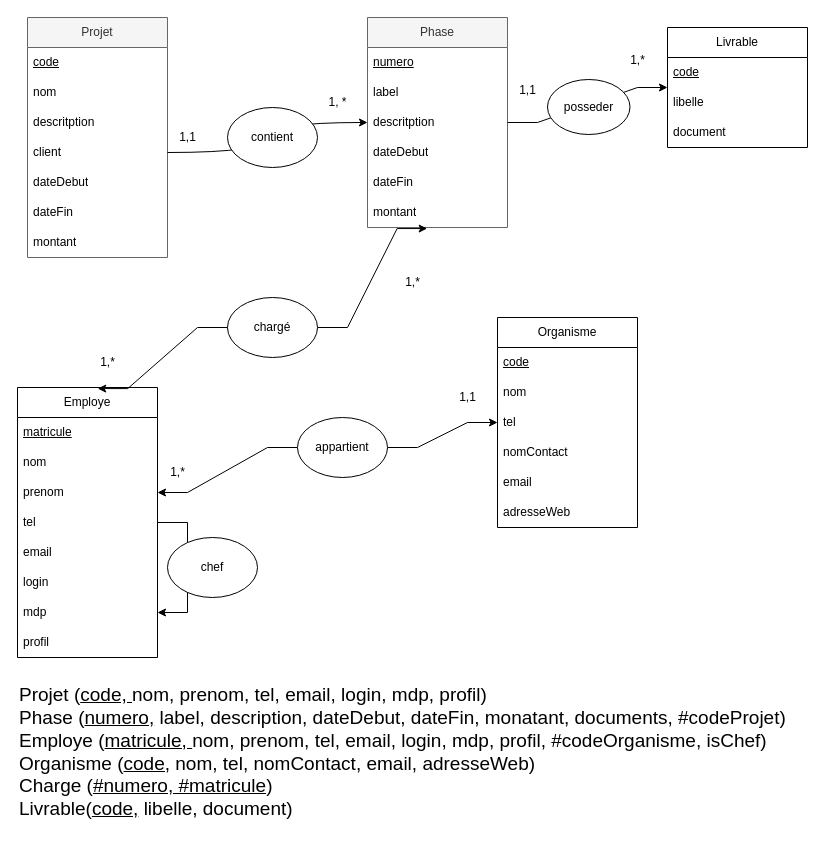
Before: TD1 MERISE (LP ISIR).drawio in black-purple/diagrams, a draw.io diagram. Source tidied: cells renumbered, new cells numbered last; positions are measured from the earlier drawing's top-left corner, leaving out a move shared by most shapes. Both pictures are drawn from the tidied source at 100%, with x=0, y=0 at pixel (17, 17).
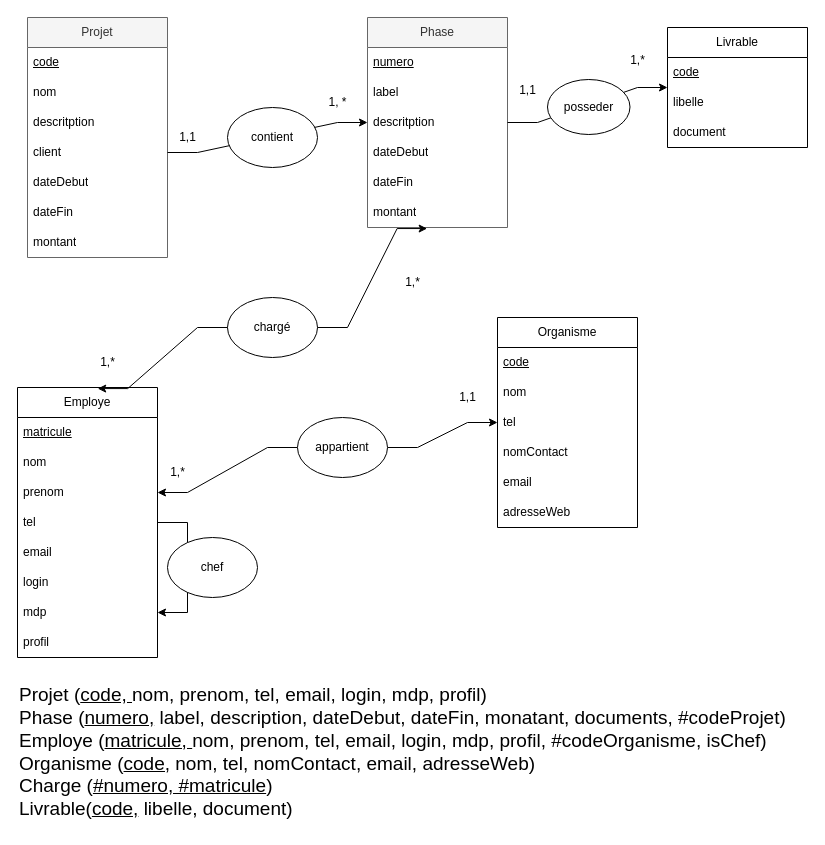
The same diagram, later.

The change refers to these unchanged cells:
```xml
<mxCell id="6" value="client" style="text;strokeColor=none;fillColor=none;align=left;verticalAlign=middle;spacingLeft=4;spacingRight=4;overflow=hidden;points=[[0,0.5],[1,0.5]];portConstraint=eastwest;whiteSpace=wrap;html=1;" parent="2" vertex="1">
  <mxGeometry y="120" width="140" height="30" as="geometry" />
</mxCell>
<mxCell id="13" value="descritption" style="text;strokeColor=none;fillColor=none;align=left;verticalAlign=middle;spacingLeft=4;spacingRight=4;overflow=hidden;points=[[0,0.5],[1,0.5]];portConstraint=eastwest;whiteSpace=wrap;html=1;" parent="10" vertex="1">
  <mxGeometry y="90" width="140" height="30" as="geometry" />
</mxCell>
```

The edit, as a diff of the source:
```diff
@@
-    <mxCell id="17" style="rounded=0;jettySize=auto;html=1;entryX=0;entryY=0.5;entryDx=0;entryDy=0;edgeStyle=orthogonalEdgeStyle;curved=1;" parent="1" edge="1" source="6" target="13">
+    <mxCell id="17" style="rounded=0;jettySize=auto;html=1;entryX=0;entryY=0.5;entryDx=0;entryDy=0;edgeStyle=entityRelationEdgeStyle;" parent="1" edge="1" source="6" target="13">
       <mxGeometry relative="1" as="geometry" />
     </mxCell>
```
